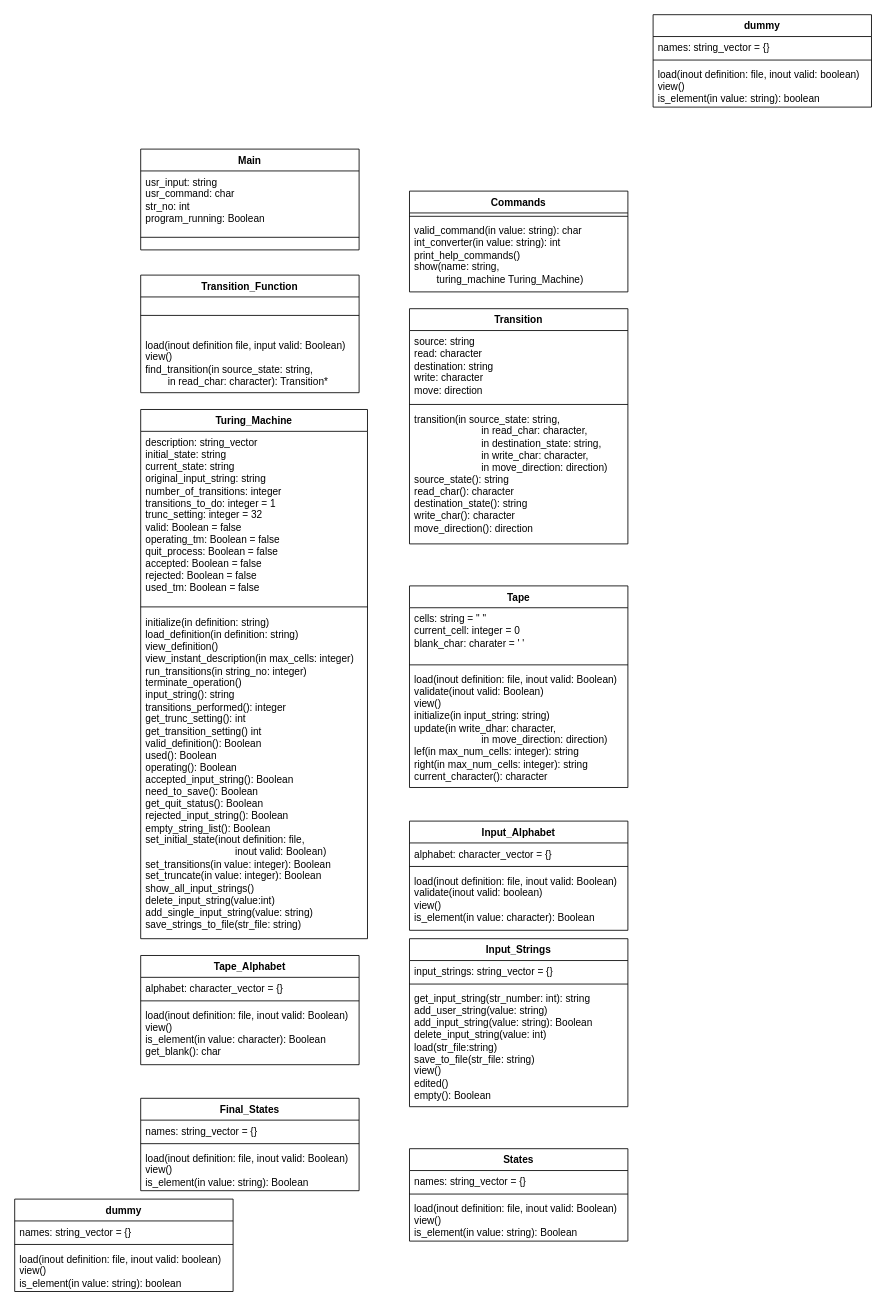
The draw.io diagram TransitionFunction.drawio in IgorBCode/cv, before the edit. Source tidied: cells renumbered, new cells numbered last; positions are measured from the earlier drawing's top-left corner, leaving out a move shared by most shapes. Both pictures are drawn from the tidied source at 84%, with x=0, y=0 at pixel (14, 14).
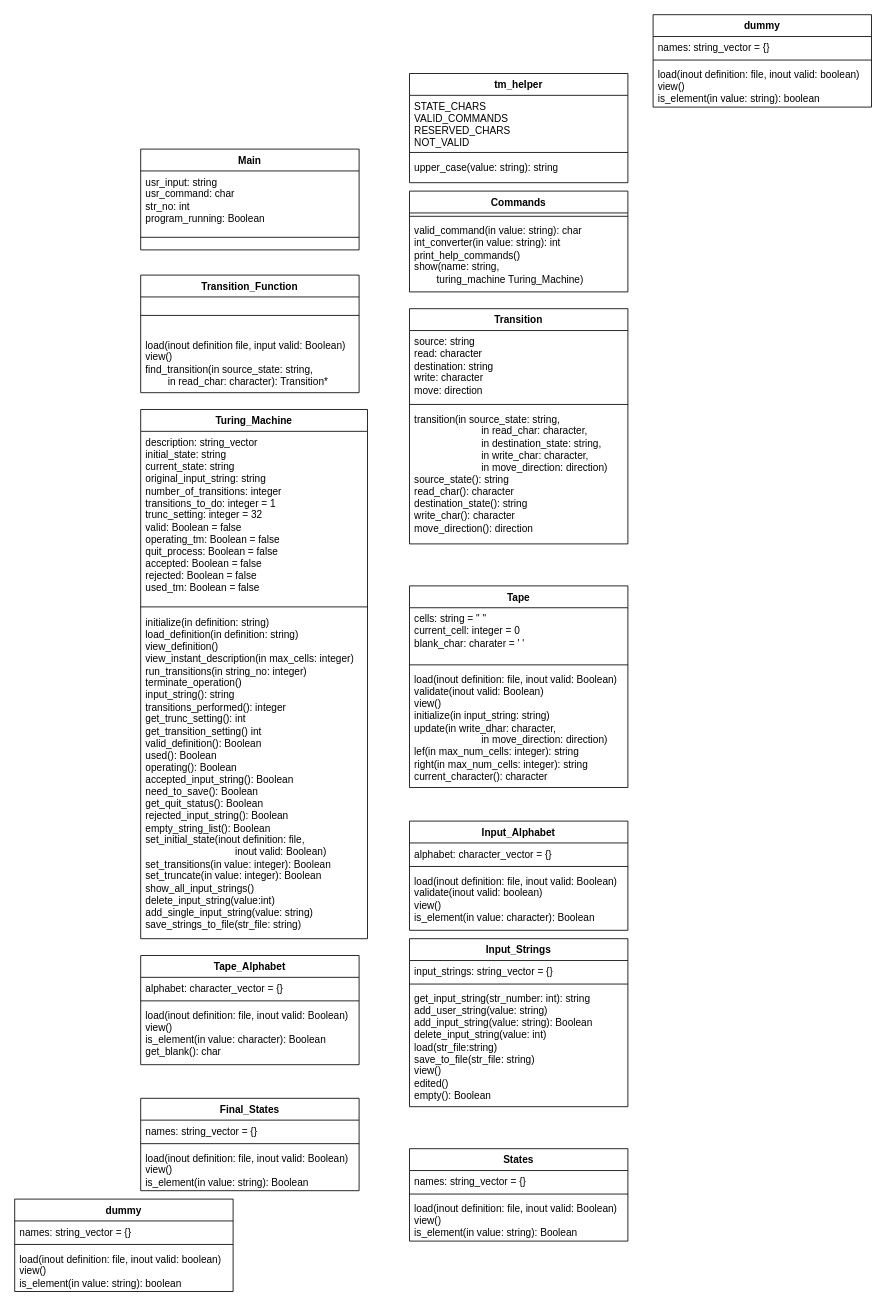
After the change.

Diff of the diagram source:
```diff
@@
+    <mxCell id="51" value="tm_helper" style="swimlane;fontStyle=1;align=center;verticalAlign=top;horizontal=1;startSize=26;whiteSpace=wrap;html=1;" parent="1" vertex="1">
+      <mxGeometry x="470" y="70" width="260" height="130" as="geometry" />
+    </mxCell>
+    <mxCell id="52" value="&lt;div&gt;STATE_CHARS&lt;/div&gt;&lt;div&gt;VALID_COMMANDS&lt;/div&gt;&lt;div&gt;RESERVED_CHARS&lt;/div&gt;&lt;div&gt;NOT_VALID&lt;br&gt;&lt;/div&gt;" style="text;strokeColor=none;fillColor=none;align=left;verticalAlign=top;spacingLeft=4;spacingRight=4;overflow=hidden;whiteSpace=wrap;html=1;" parent="51" vertex="1">
+      <mxGeometry y="26" width="260" height="64" as="geometry" />
+    </mxCell>
+    <mxCell id="53" style="line;strokeWidth=1;fillColor=none;align=left;verticalAlign=middle;spacingTop=-1;spacingLeft=3;spacingRight=3;labelPosition=right;strokeColor=inherit;" parent="51" vertex="1">
+      <mxGeometry y="90" width="260" height="8" as="geometry" />
+    </mxCell>
+    <mxCell id="54" value="upper_case(value: string): string" style="text;strokeColor=none;fillColor=none;align=left;verticalAlign=top;spacingLeft=4;spacingRight=4;overflow=hidden;whiteSpace=wrap;html=1;" parent="51" vertex="1">
+      <mxGeometry y="98" width="260" height="32" as="geometry" />
+    </mxCell>
```
